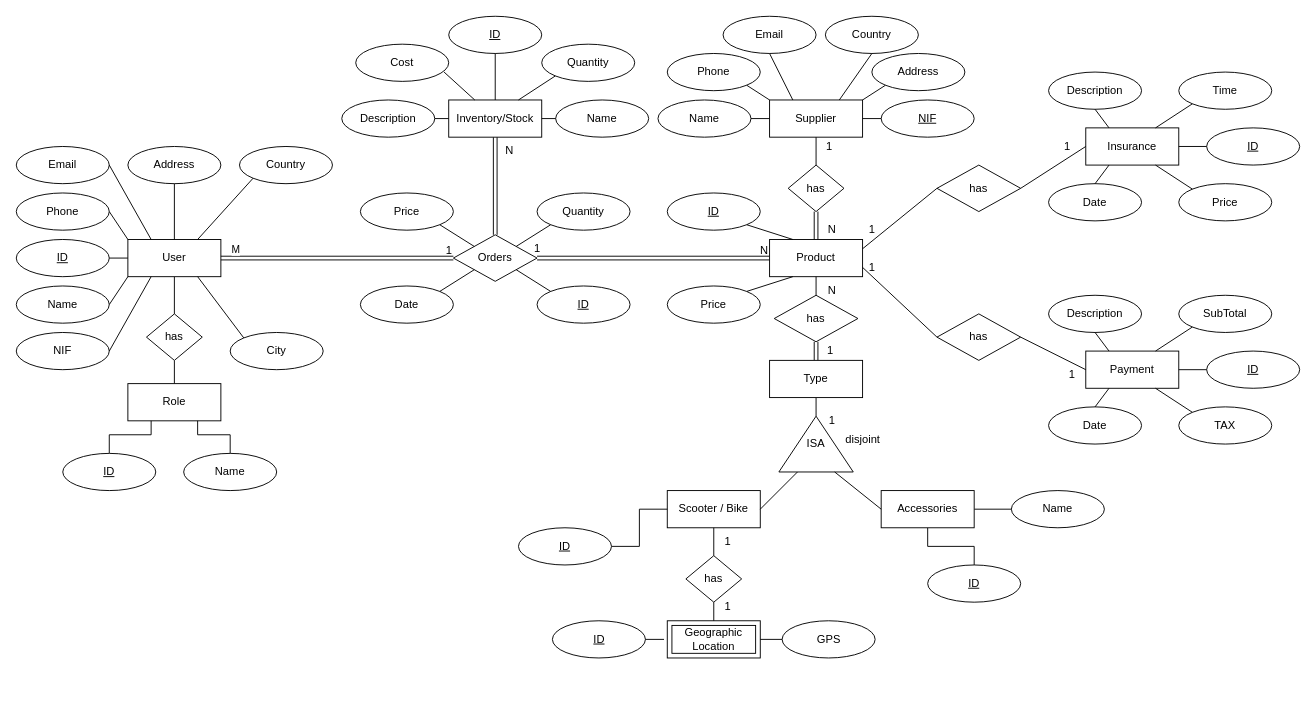
The draw.io diagram RentalService.drawio in joaoafonso02/BD, before the edit. Source tidied: cells renumbered, new cells numbered last; positions are measured from the earlier drawing's top-left corner, leaving out a move shared by most shapes. Both pictures are drawn from the tidied source at 93%, with x=0, y=0 at pixel (16, 16).
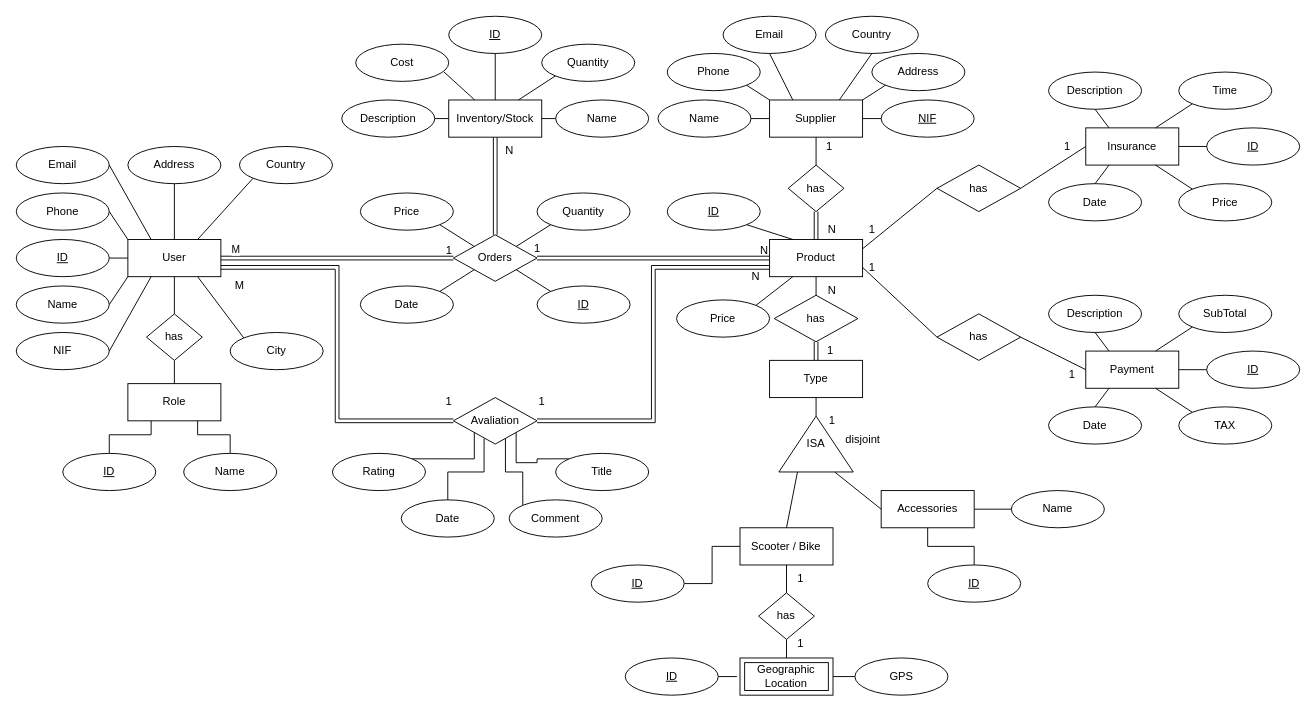
The same page after the edit.

The change refers to these unchanged cells:
```xml
<mxCell id="3" value="User" style="whiteSpace=wrap;html=1;align=center;" parent="1" vertex="1">
  <mxGeometry x="120" y="240" width="100" height="40" as="geometry" />
</mxCell>
<mxCell id="46" value="Product" style="whiteSpace=wrap;html=1;align=center;" parent="1" vertex="1">
  <mxGeometry x="810" y="240" width="100" height="40" as="geometry" />
</mxCell>
<mxCell id="52" value="ISA" style="triangle;whiteSpace=wrap;html=1;direction=north;" parent="1" vertex="1">
  <mxGeometry x="820" y="430" width="80" height="60" as="geometry" />
</mxCell>
```

The edit, as a diff of the source:
```diff
@@
     <mxCell id="49" value="Price" style="ellipse;whiteSpace=wrap;html=1;align=center;" parent="1" vertex="1">
-      <mxGeometry x="700" y="290" width="100" height="40" as="geometry" />
+      <mxGeometry x="710" y="305" width="100" height="40" as="geometry" />
     </mxCell>
@@
     <mxCell id="53" value="Scooter / Bike" style="whiteSpace=wrap;html=1;align=center;" parent="1" vertex="1">
-      <mxGeometry x="700" y="510" width="100" height="40" as="geometry" />
+      <mxGeometry x="778.2" y="550" width="100" height="40" as="geometry" />
     </mxCell>
@@
-    <mxCell id="57" style="endArrow=none;html=1;rounded=0;entryX=0;entryY=0.25;entryDx=0;entryDy=0;exitX=1;exitY=0.5;exitDx=0;exitDy=0;" parent="1" edge="1" source="53" target="52">
+    <mxCell id="57" style="endArrow=none;html=1;rounded=0;entryX=0;entryY=0.25;entryDx=0;entryDy=0;exitX=0.5;exitY=0;exitDx=0;exitDy=0;" parent="1" edge="1" source="53" target="52">
       <mxGeometry relative="1" as="geometry" />
     </mxCell>
@@
     <mxCell id="60" value="Geographic Location" style="shape=ext;margin=3;double=1;whiteSpace=wrap;html=1;align=center;" parent="1" vertex="1">
-      <mxGeometry x="700" y="650" width="100" height="40" as="geometry" />
+      <mxGeometry x="778.2" y="690" width="100" height="40" as="geometry" />
     </mxCell>
     <mxCell id="61" value="&lt;u&gt;ID&lt;/u&gt;" style="ellipse;whiteSpace=wrap;html=1;align=center;" parent="1" vertex="1">
-      <mxGeometry x="576.5" y="650" width="100" height="40" as="geometry" />
+      <mxGeometry x="654.8" y="690" width="100" height="40" as="geometry" />
     </mxCell>
     <mxCell id="62" value="GPS" style="ellipse;whiteSpace=wrap;html=1;align=center;" parent="1" vertex="1">
-      <mxGeometry x="823.5" y="650" width="100" height="40" as="geometry" />
+      <mxGeometry x="901.8" y="690" width="100" height="40" as="geometry" />
     </mxCell>
     <mxCell id="63" style="endArrow=none;html=1;rounded=0;exitX=1;exitY=0.5;exitDx=0;exitDy=0;" parent="1" edge="1" source="61">
       <mxGeometry relative="1" as="geometry">
-        <mxPoint x="696.5" y="670" as="targetPoint" />
+        <mxPoint x="774.8" y="710" as="targetPoint" />
       </mxGeometry>
     </mxCell>
@@
     <mxCell id="118" value="&lt;u&gt;ID&lt;/u&gt;" style="ellipse;whiteSpace=wrap;html=1;align=center;" parent="1" vertex="1">
-      <mxGeometry x="540" y="550" width="100" height="40" as="geometry" />
+      <mxGeometry x="618.2" y="590" width="100" height="40" as="geometry" />
     </mxCell>
@@
     <mxCell id="133" value="&lt;div&gt;has&lt;/div&gt;" style="rhombus;whiteSpace=wrap;html=1;" parent="1" vertex="1">
-      <mxGeometry x="720" y="580" width="60" height="50" as="geometry" />
+      <mxGeometry x="798.2" y="620" width="60" height="50" as="geometry" />
     </mxCell>
@@
     <mxCell id="136" value="1" style="text;html=1;align=center;verticalAlign=middle;strokeColor=none;fillColor=none;" parent="1" vertex="1">
-      <mxGeometry x="750" y="550" width="30" height="30" as="geometry" />
+      <mxGeometry x="828.2" y="590" width="30" height="30" as="geometry" />
     </mxCell>
     <mxCell id="137" value="1" style="text;html=1;align=center;verticalAlign=middle;strokeColor=none;fillColor=none;" parent="1" vertex="1">
-      <mxGeometry x="750" y="620" width="30" height="30" as="geometry" />
+      <mxGeometry x="828.2" y="660" width="30" height="30" as="geometry" />
     </mxCell>
@@
+    <mxCell id="140" style="edgeStyle=orthogonalEdgeStyle;rounded=0;jettySize=auto;html=1;exitX=0;exitY=0.5;exitDx=0;exitDy=0;entryX=1;entryY=0.75;entryDx=0;entryDy=0;endArrow=none;endFill=0;shape=link;" parent="1" edge="1" source="142" target="3">
+      <mxGeometry relative="1" as="geometry" />
+    </mxCell>
+    <mxCell id="141" style="edgeStyle=orthogonalEdgeStyle;rounded=0;jettySize=auto;html=1;exitX=1;exitY=0.5;exitDx=0;exitDy=0;entryX=0;entryY=0.75;entryDx=0;entryDy=0;endArrow=none;endFill=0;shape=link;" parent="1" edge="1" source="142" target="46">
+      <mxGeometry relative="1" as="geometry" />
+    </mxCell>
+    <mxCell id="142" value="Avaliation" style="shape=rhombus;perimeter=rhombusPerimeter;whiteSpace=wrap;html=1;align=center;" parent="1" vertex="1">
+      <mxGeometry x="470" y="410" width="90" height="50" as="geometry" />
+    </mxCell>
+    <mxCell id="143" value="M" style="text;html=1;align=center;verticalAlign=middle;strokeColor=none;fillColor=none;" parent="1" vertex="1">
+      <mxGeometry x="225" y="275" width="30" height="30" as="geometry" />
+    </mxCell>
+    <mxCell id="144" value="1" style="text;html=1;align=center;verticalAlign=middle;strokeColor=none;fillColor=none;" parent="1" vertex="1">
+      <mxGeometry x="450" y="400" width="30" height="30" as="geometry" />
+    </mxCell>
+    <mxCell id="145" value="&lt;div&gt;N&lt;/div&gt;" style="text;html=1;align=center;verticalAlign=middle;strokeColor=none;fillColor=none;" parent="1" vertex="1">
+      <mxGeometry x="780" y="265" width="30" height="30" as="geometry" />
+    </mxCell>
+    <mxCell id="146" value="1" style="text;html=1;align=center;verticalAlign=middle;strokeColor=none;fillColor=none;" parent="1" vertex="1">
+      <mxGeometry x="550" y="400" width="30" height="30" as="geometry" />
+    </mxCell>
+    <mxCell id="147" style="edgeStyle=orthogonalEdgeStyle;rounded=0;jettySize=auto;html=1;exitX=1;exitY=0;exitDx=0;exitDy=0;entryX=0;entryY=1;entryDx=0;entryDy=0;endArrow=none;endFill=0;" parent="1" edge="1" source="148" target="142">
+      <mxGeometry relative="1" as="geometry">
+        <Array as="points">
+          <mxPoint x="493" y="476" />
+        </Array>
+      </mxGeometry>
+    </mxCell>
+    <mxCell id="148" value="&lt;div&gt;Rating&lt;/div&gt;" style="ellipse;whiteSpace=wrap;html=1;align=center;" parent="1" vertex="1">
+      <mxGeometry x="340" y="470" width="100" height="40" as="geometry" />
+    </mxCell>
+    <mxCell id="149" style="edgeStyle=orthogonalEdgeStyle;rounded=0;jettySize=auto;html=1;exitX=0;exitY=0;exitDx=0;exitDy=0;entryX=0.622;entryY=0.88;entryDx=0;entryDy=0;entryPerimeter=0;endArrow=none;endFill=0;" parent="1" edge="1" source="150" target="142">
+      <mxGeometry relative="1" as="geometry" />
+    </mxCell>
+    <mxCell id="150" value="&lt;div&gt;Comment&lt;/div&gt;" style="ellipse;whiteSpace=wrap;html=1;align=center;" parent="1" vertex="1">
+      <mxGeometry x="530" y="520" width="100" height="40" as="geometry" />
+    </mxCell>
+    <mxCell id="151" style="edgeStyle=orthogonalEdgeStyle;rounded=0;jettySize=auto;html=1;exitX=0;exitY=0;exitDx=0;exitDy=0;entryX=1;entryY=1;entryDx=0;entryDy=0;endArrow=none;endFill=0;" parent="1" edge="1" source="152" target="142">
+      <mxGeometry relative="1" as="geometry" />
+    </mxCell>
+    <mxCell id="152" value="Title" style="ellipse;whiteSpace=wrap;html=1;align=center;" parent="1" vertex="1">
+      <mxGeometry x="580" y="470" width="100" height="40" as="geometry" />
+    </mxCell>
+    <mxCell id="153" style="edgeStyle=orthogonalEdgeStyle;rounded=0;jettySize=auto;html=1;exitX=0.5;exitY=0;exitDx=0;exitDy=0;entryX=0.367;entryY=0.88;entryDx=0;entryDy=0;entryPerimeter=0;endArrow=none;endFill=0;" parent="1" edge="1" source="154" target="142">
+      <mxGeometry relative="1" as="geometry" />
+    </mxCell>
+    <mxCell id="154" value="Date" style="ellipse;whiteSpace=wrap;html=1;align=center;" parent="1" vertex="1">
+      <mxGeometry x="414" y="520" width="100" height="40" as="geometry" />
+    </mxCell>
```
